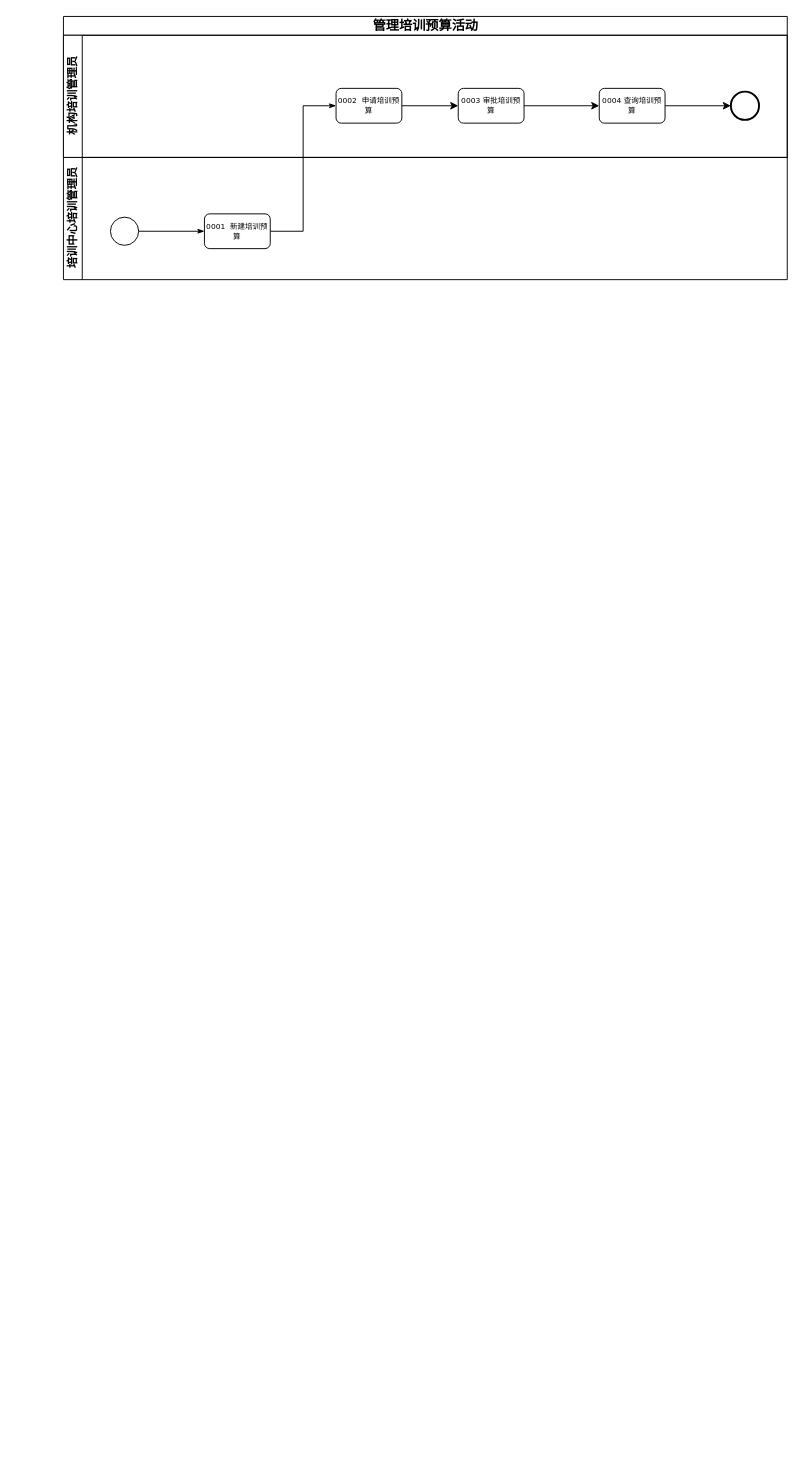
The draw.io diagram 未命名绘图.drawio in Darkpursuers/Geek, before the edit. Source tidied: cells renumbered, new cells numbered last; positions are measured from the earlier drawing's top-left corner, leaving out a move shared by most shapes. Both pictures are drawn from the tidied source at 94%, with x=0, y=0 at pixel (63, 16).
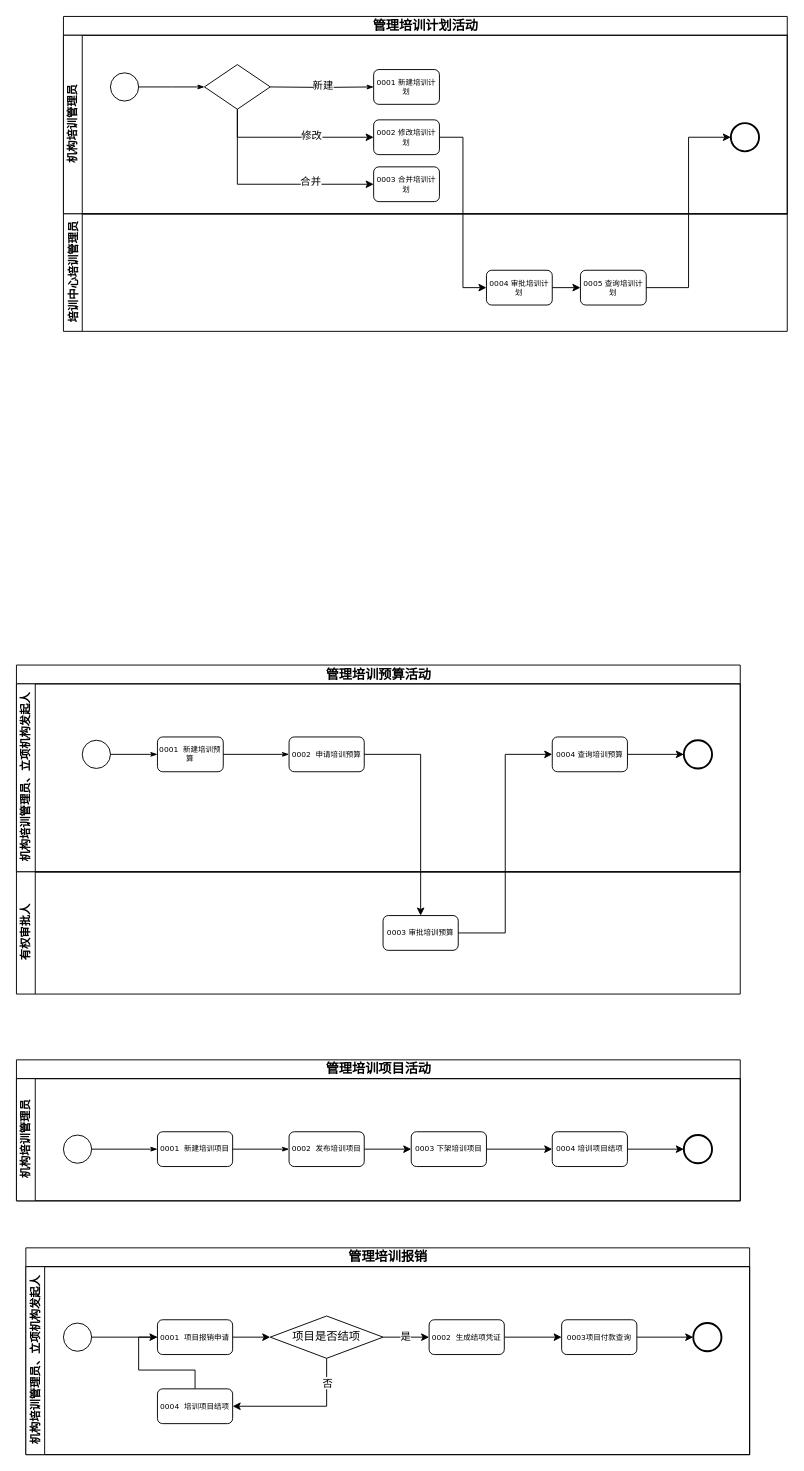
After the change.

Diff of the diagram source:
```diff
@@
-    <mxCell id="2" value="&lt;font style=&quot;font-size: 14px;&quot;&gt;管理培训预算活动&lt;/font&gt;" style="swimlane;html=1;horizontal=1;startSize=20;rounded=0;shadow=0;labelBackgroundColor=none;strokeWidth=1;fontFamily=Verdana;fontSize=8;align=center;" parent="1" vertex="1">
-      <mxGeometry width="770" height="150" as="geometry" />
+    <mxCell id="2" value="&lt;font style=&quot;font-size: 14px;&quot;&gt;管理培训计划活动&lt;/font&gt;" style="swimlane;html=1;horizontal=1;startSize=20;rounded=0;shadow=0;labelBackgroundColor=none;strokeWidth=1;fontFamily=Verdana;fontSize=8;align=center;" parent="1" vertex="1">
+      <mxGeometry width="770" height="210" as="geometry" />
     </mxCell>
     <mxCell id="3" value="机构培训管理员" style="swimlane;html=1;startSize=20;horizontal=0;" parent="2" vertex="1">
-      <mxGeometry y="20" width="770" height="130" as="geometry" />
+      <mxGeometry y="20" width="770" height="190" as="geometry" />
     </mxCell>
-    <mxCell id="4" style="edgeStyle=orthogonalEdgeStyle;rounded=0;jettySize=auto;html=1;" parent="3" edge="1" source="5" target="7">
-      <mxGeometry relative="1" as="geometry" />
-    </mxCell>
-    <mxCell id="5" value="0002&amp;nbsp; 申请培训预算" style="rounded=1;whiteSpace=wrap;html=1;shadow=0;labelBackgroundColor=none;strokeWidth=1;fontFamily=Verdana;fontSize=8;align=center;" parent="3" vertex="1">
-      <mxGeometry x="290" y="56.5" width="70" height="37" as="geometry" />
+    <mxCell id="5" value="0001 新建培训计划" style="rounded=1;whiteSpace=wrap;html=1;shadow=0;labelBackgroundColor=none;strokeWidth=1;fontFamily=Verdana;fontSize=8;align=center;" parent="3" vertex="1">
+      <mxGeometry x="330" y="36.5" width="70" height="37" as="geometry" />
     </mxCell>
     <mxCell id="6" style="ellipse;whiteSpace=wrap;html=1;rounded=0;shadow=0;labelBackgroundColor=none;strokeWidth=2;fontFamily=Verdana;fontSize=8;align=center;" parent="3" vertex="1">
-      <mxGeometry x="710" y="60" width="30" height="30" as="geometry" />
+      <mxGeometry x="710" y="93.5" width="30" height="30" as="geometry" />
     </mxCell>
-    <mxCell id="7" value="0003 审批培训预算" style="rounded=1;whiteSpace=wrap;html=1;shadow=0;labelBackgroundColor=none;strokeWidth=1;fontFamily=Verdana;fontSize=8;align=center;" parent="3" vertex="1">
-      <mxGeometry x="420" y="56.5" width="70" height="37" as="geometry" />
+    <mxCell id="7" value="0002 修改培训计划" style="rounded=1;whiteSpace=wrap;html=1;shadow=0;labelBackgroundColor=none;strokeWidth=1;fontFamily=Verdana;fontSize=8;align=center;" parent="3" vertex="1">
+      <mxGeometry x="330" y="90" width="70" height="37" as="geometry" />
     </mxCell>
-    <mxCell id="8" value="0004 查询培训预算" style="rounded=1;whiteSpace=wrap;html=1;shadow=0;labelBackgroundColor=none;strokeWidth=1;fontFamily=Verdana;fontSize=8;align=center;" parent="3" vertex="1">
-      <mxGeometry x="570" y="56.5" width="70" height="37" as="geometry" />
-    </mxCell>
-    <mxCell id="9" style="edgeStyle=orthogonalEdgeStyle;rounded=0;jettySize=auto;html=1;entryX=0;entryY=0.5;entryDx=0;entryDy=0;" parent="3" edge="1" source="8" target="6">
-      <mxGeometry relative="1" as="geometry" />
-    </mxCell>
-    <mxCell id="10" style="edgeStyle=orthogonalEdgeStyle;rounded=0;jettySize=auto;html=1;exitX=1;exitY=0.5;exitDx=0;exitDy=0;entryX=0;entryY=0.5;entryDx=0;entryDy=0;" parent="3" edge="1" source="7" target="8">
-      <mxGeometry relative="1" as="geometry" />
-    </mxCell>
-    <mxCell id="11" value="0001&amp;nbsp; 新建培训预算" style="rounded=1;whiteSpace=wrap;html=1;shadow=0;labelBackgroundColor=none;strokeWidth=1;fontFamily=Verdana;fontSize=8;align=center;" parent="1" vertex="1">
-      <mxGeometry x="150" y="210" width="70" height="37" as="geometry" />
-    </mxCell>
+    <mxCell id="15" style="ellipse;whiteSpace=wrap;html=1;rounded=0;shadow=0;labelBackgroundColor=none;strokeWidth=1;fontFamily=Verdana;fontSize=8;align=center;" parent="3" vertex="1">
+      <mxGeometry x="50" y="40" width="30" height="30" as="geometry" />
+    </mxCell>
-    <mxCell id="12" style="edgeStyle=orthogonalEdgeStyle;rounded=0;html=1;labelBackgroundColor=none;startArrow=none;startFill=0;startSize=5;endArrow=classicThin;endFill=1;endSize=5;jettySize=auto;strokeWidth=1;fontFamily=Verdana;fontSize=8;entryX=0;entryY=0.5;entryDx=0;entryDy=0;" parent="1" edge="1" source="15" target="11">
-      <mxGeometry relative="1" as="geometry" />
+    <mxCell id="12" style="edgeStyle=orthogonalEdgeStyle;rounded=0;html=1;labelBackgroundColor=none;startArrow=none;startFill=0;startSize=5;endArrow=classicThin;endFill=1;endSize=5;jettySize=auto;strokeWidth=1;fontFamily=Verdana;fontSize=8;entryX=0;entryY=0.5;entryDx=0;entryDy=0;" parent="3" edge="1" source="15">
+      <mxGeometry relative="1" as="geometry">
+        <mxPoint x="150" y="55" as="targetPoint" />
+      </mxGeometry>
     </mxCell>
-    <mxCell id="13" style="edgeStyle=orthogonalEdgeStyle;rounded=0;html=1;labelBackgroundColor=none;startArrow=none;startFill=0;startSize=5;endArrow=classicThin;endFill=1;endSize=5;jettySize=auto;strokeWidth=1;fontFamily=Verdana;fontSize=8;entryX=0;entryY=0.5;entryDx=0;entryDy=0;" parent="1" edge="1" source="11" target="5">
-      <mxGeometry relative="1" as="geometry" />
+    <mxCell id="13" style="edgeStyle=orthogonalEdgeStyle;rounded=0;html=1;labelBackgroundColor=none;startArrow=none;startFill=0;startSize=5;endArrow=classicThin;endFill=1;endSize=5;jettySize=auto;strokeWidth=1;fontFamily=Verdana;fontSize=8;entryX=0;entryY=0.5;entryDx=0;entryDy=0;" parent="3" edge="1" target="5">
+      <mxGeometry relative="1" as="geometry">
+        <mxPoint x="220" y="55" as="sourcePoint" />
+      </mxGeometry>
     </mxCell>
+    <mxCell id="16" value="新建" style="edgeLabel;html=1;align=center;verticalAlign=middle;" parent="13" vertex="1">
+      <mxGeometry x="0.01" y="2" relative="1" as="geometry" />
+    </mxCell>
+    <mxCell id="17" style="edgeStyle=orthogonalEdgeStyle;rounded=0;jettySize=auto;html=1;exitX=0.5;exitY=1;exitDx=0;exitDy=0;entryX=0;entryY=0.5;entryDx=0;entryDy=0;" parent="3" edge="1" source="21" target="7">
+      <mxGeometry relative="1" as="geometry" />
+    </mxCell>
+    <mxCell id="18" value="修改" style="edgeLabel;html=1;align=center;verticalAlign=middle;" parent="17" vertex="1">
+      <mxGeometry x="0.24" y="3" relative="1" as="geometry">
+        <mxPoint y="1" as="offset" />
+      </mxGeometry>
+    </mxCell>
+    <mxCell id="19" style="edgeStyle=orthogonalEdgeStyle;rounded=0;jettySize=auto;html=1;entryX=0;entryY=0.5;entryDx=0;entryDy=0;" parent="3" edge="1" source="21" target="22">
+      <mxGeometry relative="1" as="geometry">
+        <Array as="points">
+          <mxPoint x="185" y="159" />
+        </Array>
+      </mxGeometry>
+    </mxCell>
+    <mxCell id="20" value="合并" style="edgeLabel;html=1;align=center;verticalAlign=middle;" parent="19" vertex="1">
+      <mxGeometry x="0.4" y="4" relative="1" as="geometry">
+        <mxPoint y="1" as="offset" />
+      </mxGeometry>
+    </mxCell>
+    <mxCell id="21" style="rhombus;whiteSpace=wrap;html=1;" parent="3" vertex="1">
+      <mxGeometry x="150" y="31.2" width="70" height="47.5" as="geometry" />
+    </mxCell>
+    <mxCell id="22" value="0003 合并培训计划" style="rounded=1;whiteSpace=wrap;html=1;shadow=0;labelBackgroundColor=none;strokeWidth=1;fontFamily=Verdana;fontSize=8;align=center;" parent="3" vertex="1">
+      <mxGeometry x="330" y="140" width="70" height="37" as="geometry" />
+    </mxCell>
     <mxCell id="14" value="培训中心培训管理员" style="swimlane;html=1;startSize=20;horizontal=0;" parent="1" vertex="1">
-      <mxGeometry y="150" width="770" height="130" as="geometry" />
+      <mxGeometry y="210" width="770" height="125" as="geometry" />
     </mxCell>
-    <mxCell id="15" style="ellipse;whiteSpace=wrap;html=1;rounded=0;shadow=0;labelBackgroundColor=none;strokeWidth=1;fontFamily=Verdana;fontSize=8;align=center;" parent="14" vertex="1">
-      <mxGeometry x="50" y="63.5" width="30" height="30" as="geometry" />
-    </mxCell>
+    <mxCell id="23" value="0004 审批培训计划" style="rounded=1;whiteSpace=wrap;html=1;shadow=0;labelBackgroundColor=none;strokeWidth=1;fontFamily=Verdana;fontSize=8;align=center;" parent="14" vertex="1">
+      <mxGeometry x="450" y="60" width="70" height="37" as="geometry" />
+    </mxCell>
+    <mxCell id="8" value="0005 查询培训计划" style="rounded=1;whiteSpace=wrap;html=1;shadow=0;labelBackgroundColor=none;strokeWidth=1;fontFamily=Verdana;fontSize=8;align=center;" parent="14" vertex="1">
+      <mxGeometry x="550" y="60" width="70" height="37" as="geometry" />
+    </mxCell>
+    <mxCell id="24" style="edgeStyle=orthogonalEdgeStyle;rounded=0;jettySize=auto;html=1;exitX=1;exitY=0.5;exitDx=0;exitDy=0;entryX=0;entryY=0.5;entryDx=0;entryDy=0;" parent="14" edge="1" source="23" target="8">
+      <mxGeometry relative="1" as="geometry" />
+    </mxCell>
+    <mxCell id="25" value="&lt;font style=&quot;font-size: 14px;&quot;&gt;管理培训预算活动&lt;/font&gt;" style="swimlane;html=1;horizontal=1;startSize=20;rounded=0;shadow=0;labelBackgroundColor=none;strokeWidth=1;fontFamily=Verdana;fontSize=8;align=center;" parent="1" vertex="1">
+      <mxGeometry x="-50" y="690" width="770" height="220" as="geometry" />
+    </mxCell>
+    <mxCell id="26" value="机构培训管理员、立项机构发起人" style="swimlane;html=1;startSize=20;horizontal=0;" parent="25" vertex="1">
+      <mxGeometry y="20" width="770" height="200" as="geometry" />
+    </mxCell>
+    <mxCell id="27" value="0002&amp;nbsp; 申请培训预算" style="rounded=1;whiteSpace=wrap;html=1;shadow=0;labelBackgroundColor=none;strokeWidth=1;fontFamily=Verdana;fontSize=8;align=center;" parent="26" vertex="1">
+      <mxGeometry x="290" y="56.5" width="80" height="37" as="geometry" />
+    </mxCell>
+    <mxCell id="28" style="ellipse;whiteSpace=wrap;html=1;rounded=0;shadow=0;labelBackgroundColor=none;strokeWidth=2;fontFamily=Verdana;fontSize=8;align=center;" parent="26" vertex="1">
+      <mxGeometry x="710" y="60" width="30" height="30" as="geometry" />
+    </mxCell>
+    <mxCell id="29" value="0004 查询培训预算" style="rounded=1;whiteSpace=wrap;html=1;shadow=0;labelBackgroundColor=none;strokeWidth=1;fontFamily=Verdana;fontSize=8;align=center;" parent="26" vertex="1">
+      <mxGeometry x="570" y="56.5" width="80" height="37" as="geometry" />
+    </mxCell>
+    <mxCell id="30" style="edgeStyle=orthogonalEdgeStyle;rounded=0;jettySize=auto;html=1;entryX=0;entryY=0.5;entryDx=0;entryDy=0;" parent="26" edge="1" source="29" target="28">
+      <mxGeometry relative="1" as="geometry" />
+    </mxCell>
+    <mxCell id="31" style="ellipse;whiteSpace=wrap;html=1;rounded=0;shadow=0;labelBackgroundColor=none;strokeWidth=1;fontFamily=Verdana;fontSize=8;align=center;" parent="26" vertex="1">
+      <mxGeometry x="70" y="60" width="30" height="30" as="geometry" />
+    </mxCell>
+    <mxCell id="11" value="0001&amp;nbsp; 新建培训预算" style="rounded=1;whiteSpace=wrap;html=1;shadow=0;labelBackgroundColor=none;strokeWidth=1;fontFamily=Verdana;fontSize=8;align=center;" parent="26" vertex="1">
+      <mxGeometry x="150" y="56.5" width="70" height="37" as="geometry" />
+    </mxCell>
+    <mxCell id="32" style="edgeStyle=orthogonalEdgeStyle;rounded=0;html=1;labelBackgroundColor=none;startArrow=none;startFill=0;startSize=5;endArrow=classicThin;endFill=1;endSize=5;jettySize=auto;strokeWidth=1;fontFamily=Verdana;fontSize=8;entryX=0;entryY=0.5;entryDx=0;entryDy=0;" parent="26" edge="1" source="11" target="27">
+      <mxGeometry relative="1" as="geometry" />
+    </mxCell>
+    <mxCell id="33" style="edgeStyle=orthogonalEdgeStyle;rounded=0;html=1;labelBackgroundColor=none;startArrow=none;startFill=0;startSize=5;endArrow=classicThin;endFill=1;endSize=5;jettySize=auto;strokeWidth=1;fontFamily=Verdana;fontSize=8;entryX=0;entryY=0.5;entryDx=0;entryDy=0;" parent="26" edge="1" source="31" target="11">
+      <mxGeometry relative="1" as="geometry" />
+    </mxCell>
+    <mxCell id="34" value="有权审批人" style="swimlane;html=1;startSize=20;horizontal=0;" parent="1" vertex="1">
+      <mxGeometry x="-50" y="910" width="770" height="130" as="geometry" />
+    </mxCell>
+    <mxCell id="35" value="0003 审批培训预算" style="rounded=1;whiteSpace=wrap;html=1;shadow=0;labelBackgroundColor=none;strokeWidth=1;fontFamily=Verdana;fontSize=8;align=center;" parent="34" vertex="1">
+      <mxGeometry x="390" y="46.5" width="80" height="37" as="geometry" />
+    </mxCell>
+    <mxCell id="36" value="&lt;font style=&quot;font-size: 14px;&quot;&gt;管理培训项目活动&lt;/font&gt;" style="swimlane;html=1;horizontal=1;startSize=20;rounded=0;shadow=0;labelBackgroundColor=none;strokeWidth=1;fontFamily=Verdana;fontSize=8;align=center;" parent="1" vertex="1">
+      <mxGeometry x="-50" y="1110" width="770" height="150" as="geometry" />
+    </mxCell>
+    <mxCell id="37" value="机构培训管理员" style="swimlane;html=1;startSize=20;horizontal=0;" parent="36" vertex="1">
+      <mxGeometry y="20" width="770" height="130" as="geometry" />
+    </mxCell>
+    <mxCell id="38" style="edgeStyle=orthogonalEdgeStyle;rounded=0;jettySize=auto;html=1;" parent="37" edge="1" source="39" target="41">
+      <mxGeometry relative="1" as="geometry" />
+    </mxCell>
+    <mxCell id="39" value="0002&amp;nbsp; 发布培训项目" style="rounded=1;whiteSpace=wrap;html=1;shadow=0;labelBackgroundColor=none;strokeWidth=1;fontFamily=Verdana;fontSize=8;align=center;" parent="37" vertex="1">
+      <mxGeometry x="290" y="56.5" width="80" height="37" as="geometry" />
+    </mxCell>
+    <mxCell id="40" style="ellipse;whiteSpace=wrap;html=1;rounded=0;shadow=0;labelBackgroundColor=none;strokeWidth=2;fontFamily=Verdana;fontSize=8;align=center;" parent="37" vertex="1">
+      <mxGeometry x="710" y="60" width="30" height="30" as="geometry" />
+    </mxCell>
+    <mxCell id="41" value="0003 下架培训项目" style="rounded=1;whiteSpace=wrap;html=1;shadow=0;labelBackgroundColor=none;strokeWidth=1;fontFamily=Verdana;fontSize=8;align=center;" parent="37" vertex="1">
+      <mxGeometry x="420" y="56.5" width="80" height="37" as="geometry" />
+    </mxCell>
+    <mxCell id="42" value="0004 培训项目结项" style="rounded=1;whiteSpace=wrap;html=1;shadow=0;labelBackgroundColor=none;strokeWidth=1;fontFamily=Verdana;fontSize=8;align=center;" parent="37" vertex="1">
+      <mxGeometry x="570" y="56.5" width="80" height="37" as="geometry" />
+    </mxCell>
+    <mxCell id="43" style="edgeStyle=orthogonalEdgeStyle;rounded=0;jettySize=auto;html=1;entryX=0;entryY=0.5;entryDx=0;entryDy=0;" parent="37" edge="1" source="42" target="40">
+      <mxGeometry relative="1" as="geometry" />
+    </mxCell>
+    <mxCell id="44" style="edgeStyle=orthogonalEdgeStyle;rounded=0;jettySize=auto;html=1;exitX=1;exitY=0.5;exitDx=0;exitDy=0;entryX=0;entryY=0.5;entryDx=0;entryDy=0;" parent="37" edge="1" source="41" target="42">
+      <mxGeometry relative="1" as="geometry" />
+    </mxCell>
+    <mxCell id="45" value="0001&amp;nbsp; 新建培训项目" style="rounded=1;whiteSpace=wrap;html=1;shadow=0;labelBackgroundColor=none;strokeWidth=1;fontFamily=Verdana;fontSize=8;align=center;" parent="37" vertex="1">
+      <mxGeometry x="150" y="56.5" width="80" height="37" as="geometry" />
+    </mxCell>
+    <mxCell id="46" style="edgeStyle=orthogonalEdgeStyle;rounded=0;html=1;labelBackgroundColor=none;startArrow=none;startFill=0;startSize=5;endArrow=classicThin;endFill=1;endSize=5;jettySize=auto;strokeWidth=1;fontFamily=Verdana;fontSize=8;entryX=0;entryY=0.5;entryDx=0;entryDy=0;" parent="37" edge="1" source="45" target="39">
+      <mxGeometry relative="1" as="geometry" />
+    </mxCell>
+    <mxCell id="47" style="ellipse;whiteSpace=wrap;html=1;rounded=0;shadow=0;labelBackgroundColor=none;strokeWidth=1;fontFamily=Verdana;fontSize=8;align=center;" parent="37" vertex="1">
+      <mxGeometry x="50" y="60" width="30" height="30" as="geometry" />
+    </mxCell>
+    <mxCell id="48" style="edgeStyle=orthogonalEdgeStyle;rounded=0;html=1;labelBackgroundColor=none;startArrow=none;startFill=0;startSize=5;endArrow=classicThin;endFill=1;endSize=5;jettySize=auto;strokeWidth=1;fontFamily=Verdana;fontSize=8;entryX=0;entryY=0.5;entryDx=0;entryDy=0;" parent="37" edge="1" source="47" target="45">
+      <mxGeometry relative="1" as="geometry" />
+    </mxCell>
+    <mxCell id="49" style="edgeStyle=orthogonalEdgeStyle;rounded=0;jettySize=auto;html=1;exitX=1;exitY=0.5;exitDx=0;exitDy=0;entryX=0;entryY=0.5;entryDx=0;entryDy=0;" parent="1" edge="1" source="7" target="23">
+      <mxGeometry relative="1" as="geometry" />
+    </mxCell>
+    <mxCell id="9" style="edgeStyle=orthogonalEdgeStyle;rounded=0;jettySize=auto;html=1;entryX=0;entryY=0.5;entryDx=0;entryDy=0;" parent="1" edge="1" source="8" target="6">
+      <mxGeometry relative="1" as="geometry" />
+    </mxCell>
+    <mxCell id="50" style="edgeStyle=orthogonalEdgeStyle;rounded=0;jettySize=auto;html=1;" parent="1" edge="1" source="27" target="35">
+      <mxGeometry relative="1" as="geometry" />
+    </mxCell>
+    <mxCell id="51" style="edgeStyle=orthogonalEdgeStyle;rounded=0;jettySize=auto;html=1;exitX=1;exitY=0.5;exitDx=0;exitDy=0;entryX=0;entryY=0.5;entryDx=0;entryDy=0;" parent="1" edge="1" source="35" target="29">
+      <mxGeometry relative="1" as="geometry" />
+    </mxCell>
+    <mxCell id="52" value="&lt;font style=&quot;font-size: 14px;&quot;&gt;管理培训报销&lt;/font&gt;" style="swimlane;html=1;horizontal=1;startSize=20;rounded=0;shadow=0;labelBackgroundColor=none;strokeWidth=1;fontFamily=Verdana;fontSize=8;align=center;" parent="1" vertex="1">
+      <mxGeometry x="-40" y="1310" width="770" height="220" as="geometry" />
+    </mxCell>
+    <mxCell id="53" value="机构培训管理员、立项机构发起人" style="swimlane;html=1;startSize=20;horizontal=0;" parent="52" vertex="1">
+      <mxGeometry y="20" width="770" height="200" as="geometry" />
+    </mxCell>
+    <mxCell id="54" style="ellipse;whiteSpace=wrap;html=1;rounded=0;shadow=0;labelBackgroundColor=none;strokeWidth=2;fontFamily=Verdana;fontSize=8;align=center;" parent="53" vertex="1">
+      <mxGeometry x="710" y="60" width="30" height="30" as="geometry" />
+    </mxCell>
+    <mxCell id="55" value="0003项目付款查询" style="rounded=1;whiteSpace=wrap;html=1;shadow=0;labelBackgroundColor=none;strokeWidth=1;fontFamily=Verdana;fontSize=8;align=center;" parent="53" vertex="1">
+      <mxGeometry x="570" y="56.5" width="80" height="37" as="geometry" />
+    </mxCell>
+    <mxCell id="56" style="edgeStyle=orthogonalEdgeStyle;rounded=0;jettySize=auto;html=1;entryX=0;entryY=0.5;entryDx=0;entryDy=0;" parent="53" edge="1" source="55" target="54">
+      <mxGeometry relative="1" as="geometry" />
+    </mxCell>
+    <mxCell id="57" style="ellipse;whiteSpace=wrap;html=1;rounded=0;shadow=0;labelBackgroundColor=none;strokeWidth=1;fontFamily=Verdana;fontSize=8;align=center;" parent="53" vertex="1">
+      <mxGeometry x="40" y="60" width="30" height="30" as="geometry" />
+    </mxCell>
+    <mxCell id="58" style="edgeStyle=orthogonalEdgeStyle;rounded=0;jettySize=auto;html=1;" parent="53" edge="1" source="59" target="65">
+      <mxGeometry relative="1" as="geometry" />
+    </mxCell>
+    <mxCell id="59" value="0001&amp;nbsp; 项目报销申请" style="rounded=1;whiteSpace=wrap;html=1;shadow=0;labelBackgroundColor=none;strokeWidth=1;fontFamily=Verdana;fontSize=8;align=center;" parent="53" vertex="1">
+      <mxGeometry x="140" y="56.5" width="80" height="37" as="geometry" />
+    </mxCell>
+    <mxCell id="60" style="edgeStyle=orthogonalEdgeStyle;rounded=0;html=1;labelBackgroundColor=none;startArrow=none;startFill=0;startSize=5;endArrow=classicThin;endFill=1;endSize=5;jettySize=auto;strokeWidth=1;fontFamily=Verdana;fontSize=8;entryX=0;entryY=0.5;entryDx=0;entryDy=0;" parent="53" edge="1" source="57" target="59">
+      <mxGeometry relative="1" as="geometry" />
+    </mxCell>
+    <mxCell id="61" style="edgeStyle=orthogonalEdgeStyle;rounded=0;jettySize=auto;html=1;" parent="53" edge="1" source="65" target="67">
+      <mxGeometry relative="1" as="geometry" />
+    </mxCell>
+    <mxCell id="62" value="是" style="edgeLabel;html=1;align=center;verticalAlign=middle;" parent="61" vertex="1">
+      <mxGeometry x="-0.06" y="2" relative="1" as="geometry" />
+    </mxCell>
+    <mxCell id="63" style="edgeStyle=orthogonalEdgeStyle;rounded=0;jettySize=auto;html=1;entryX=1;entryY=0.5;entryDx=0;entryDy=0;" parent="53" edge="1" source="65" target="69">
+      <mxGeometry relative="1" as="geometry">
+        <Array as="points">
+          <mxPoint x="320" y="149" />
+        </Array>
+      </mxGeometry>
+    </mxCell>
+    <mxCell id="64" value="否" style="edgeLabel;html=1;align=center;verticalAlign=middle;" parent="63" vertex="1">
+      <mxGeometry x="-0.65" relative="1" as="geometry" />
+    </mxCell>
+    <mxCell id="65" value="项目是否结项" style="rhombus;whiteSpace=wrap;html=1;" parent="53" vertex="1">
+      <mxGeometry x="260" y="52.5" width="120" height="45" as="geometry" />
+    </mxCell>
+    <mxCell id="66" style="edgeStyle=orthogonalEdgeStyle;rounded=0;jettySize=auto;html=1;exitX=1;exitY=0.5;exitDx=0;exitDy=0;entryX=0;entryY=0.5;entryDx=0;entryDy=0;" parent="53" edge="1" source="67" target="55">
+      <mxGeometry relative="1" as="geometry" />
+    </mxCell>
+    <mxCell id="67" value="0002&amp;nbsp; 生成结项凭证" style="rounded=1;whiteSpace=wrap;html=1;shadow=0;labelBackgroundColor=none;strokeWidth=1;fontFamily=Verdana;fontSize=8;align=center;" parent="53" vertex="1">
+      <mxGeometry x="429" y="56.5" width="80" height="37" as="geometry" />
+    </mxCell>
+    <mxCell id="68" style="edgeStyle=orthogonalEdgeStyle;rounded=0;jettySize=auto;html=1;entryX=0;entryY=0.5;entryDx=0;entryDy=0;" parent="53" edge="1" source="69" target="59">
+      <mxGeometry relative="1" as="geometry" />
+    </mxCell>
+    <mxCell id="69" value="0004&amp;nbsp; 培训项目结项" style="rounded=1;whiteSpace=wrap;html=1;shadow=0;labelBackgroundColor=none;strokeWidth=1;fontFamily=Verdana;fontSize=8;align=center;" parent="53" vertex="1">
+      <mxGeometry x="140" y="130" width="80" height="37" as="geometry" />
+    </mxCell>
```
